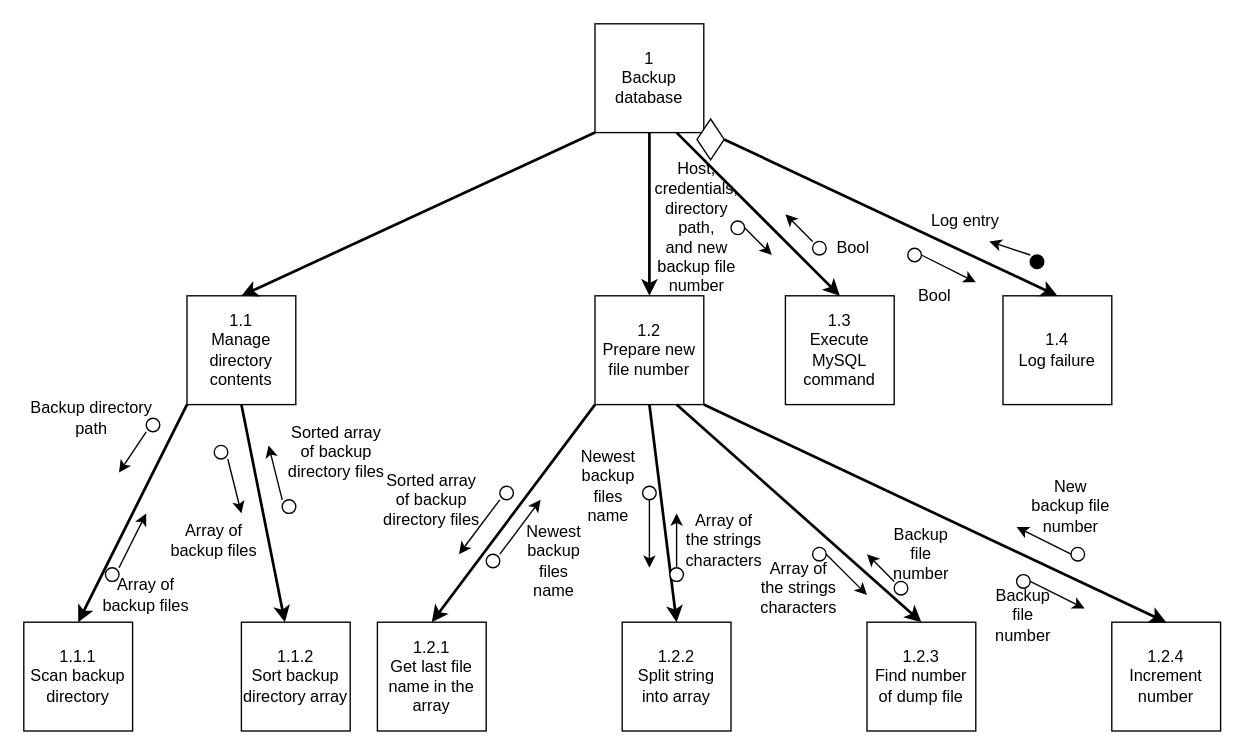
Before: Diagrams/StructureCharts/backupStructDiag.drawio in Harlento/SchedulingSystem, a draw.io diagram. Source tidied: cells renumbered, new cells numbered last; positions are measured from the earlier drawing's top-left corner, leaving out a move shared by most shapes. Both pictures are drawn from the tidied source at 136%, with x=0, y=0 at pixel (23, 23).
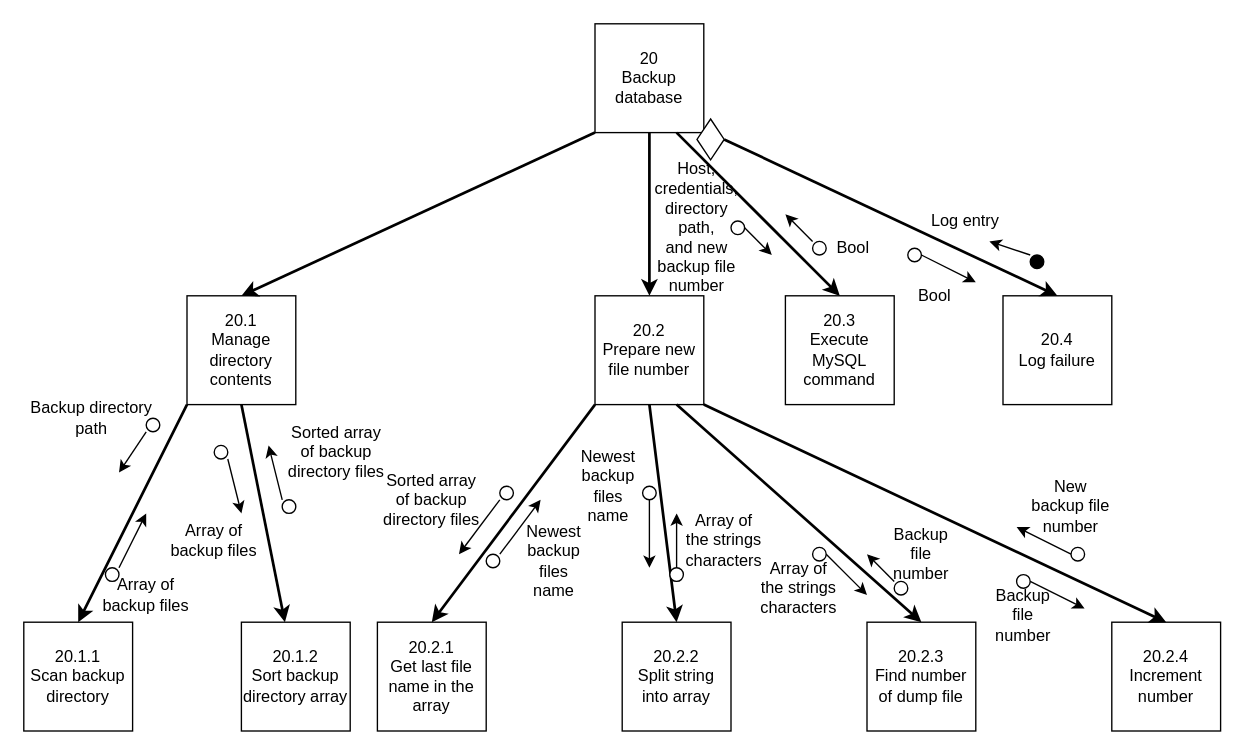
The same page after the edit.

The edit, as a diff of the source:
```diff
@@
-    <mxCell id="2" value="1&lt;br&gt;Backup database" style="whiteSpace=wrap;html=1;" parent="1" vertex="1">
+    <mxCell id="2" value="20&lt;br&gt;Backup database" style="whiteSpace=wrap;html=1;" parent="1" vertex="1">
       <mxGeometry x="420" width="80" height="80" as="geometry" />
     </mxCell>
@@
-    <mxCell id="4" value="1.3&lt;br&gt;Execute MySQL command" style="whiteSpace=wrap;html=1;" parent="1" vertex="1">
+    <mxCell id="4" value="20.3&lt;br&gt;Execute MySQL command" style="whiteSpace=wrap;html=1;" parent="1" vertex="1">
       <mxGeometry x="560" y="200" width="80" height="80" as="geometry" />
     </mxCell>
@@
-    <mxCell id="7" value="1.1.1&lt;br&gt;Scan backup directory" style="whiteSpace=wrap;html=1;fillColor=#FFFFFF;" parent="1" vertex="1">
+    <mxCell id="7" value="20.1.1&lt;br&gt;Scan backup directory" style="whiteSpace=wrap;html=1;fillColor=#FFFFFF;" parent="1" vertex="1">
       <mxGeometry y="440" width="80" height="80" as="geometry" />
     </mxCell>
@@
-    <mxCell id="11" value="1.1.2&lt;br&gt;Sort backup directory array" style="whiteSpace=wrap;html=1;fillColor=#FFFFFF;" parent="1" vertex="1">
+    <mxCell id="11" value="20.1.2&lt;br&gt;Sort backup directory array" style="whiteSpace=wrap;html=1;fillColor=#FFFFFF;" parent="1" vertex="1">
       <mxGeometry x="160" y="440" width="80" height="80" as="geometry" />
     </mxCell>
-    <mxCell id="12" value="1.2.1&lt;br&gt;Get last file name in the array" style="whiteSpace=wrap;html=1;fillColor=#FFFFFF;" parent="1" vertex="1">
+    <mxCell id="12" value="20.2.1&lt;br&gt;Get last file name in the array" style="whiteSpace=wrap;html=1;fillColor=#FFFFFF;" parent="1" vertex="1">
       <mxGeometry x="260" y="440" width="80" height="80" as="geometry" />
     </mxCell>
-    <mxCell id="13" value="1.2.2&lt;br&gt;Split string into array" style="whiteSpace=wrap;html=1;fillColor=#FFFFFF;" parent="1" vertex="1">
+    <mxCell id="13" value="20.2.2&lt;br&gt;Split string into array" style="whiteSpace=wrap;html=1;fillColor=#FFFFFF;" parent="1" vertex="1">
       <mxGeometry x="440" y="440" width="80" height="80" as="geometry" />
     </mxCell>
-    <mxCell id="14" value="1.2.3&lt;br&gt;Find number of dump file" style="whiteSpace=wrap;html=1;fillColor=#FFFFFF;" parent="1" vertex="1">
+    <mxCell id="14" value="20.2.3&lt;br&gt;Find number of dump file" style="whiteSpace=wrap;html=1;fillColor=#FFFFFF;" parent="1" vertex="1">
       <mxGeometry x="620" y="440" width="80" height="80" as="geometry" />
     </mxCell>
-    <mxCell id="15" value="1.2.4&lt;br&gt;Increment number" style="whiteSpace=wrap;html=1;fillColor=#FFFFFF;" parent="1" vertex="1">
+    <mxCell id="15" value="20.2.4&lt;br&gt;Increment number" style="whiteSpace=wrap;html=1;fillColor=#FFFFFF;" parent="1" vertex="1">
       <mxGeometry x="800" y="440" width="80" height="80" as="geometry" />
     </mxCell>
-    <mxCell id="16" value="1.2&lt;br&gt;Prepare new file number" style="whiteSpace=wrap;html=1;fillColor=#FFFFFF;" parent="1" vertex="1">
+    <mxCell id="16" value="20.2&lt;br&gt;Prepare new file number" style="whiteSpace=wrap;html=1;fillColor=#FFFFFF;" parent="1" vertex="1">
       <mxGeometry x="420" y="200" width="80" height="80" as="geometry" />
     </mxCell>
@@
-    <mxCell id="21" value="1.1&lt;br&gt;Manage directory contents" style="whiteSpace=wrap;html=1;fillColor=#FFFFFF;" parent="1" vertex="1">
+    <mxCell id="21" value="20.1&lt;br&gt;Manage directory contents" style="whiteSpace=wrap;html=1;fillColor=#FFFFFF;" parent="1" vertex="1">
       <mxGeometry x="120" y="200" width="80" height="80" as="geometry" />
     </mxCell>
@@
-    <mxCell id="64" value="1.4&lt;br&gt;Log failure" style="whiteSpace=wrap;html=1;fillColor=#FFFFFF;" parent="1" vertex="1">
+    <mxCell id="64" value="20.4&lt;br&gt;Log failure" style="whiteSpace=wrap;html=1;fillColor=#FFFFFF;" parent="1" vertex="1">
       <mxGeometry x="720" y="200" width="80" height="80" as="geometry" />
     </mxCell>
```
